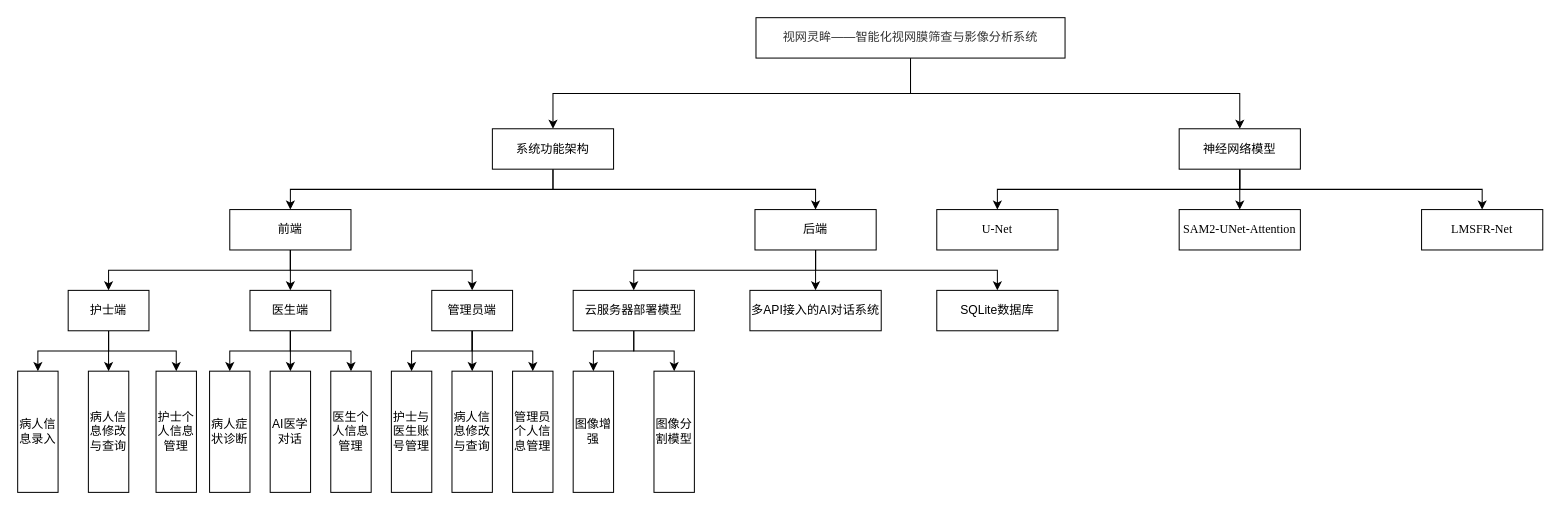
The draw.io diagram 未命名绘图.drawio in 2039551625/deep_learning, before the edit. Source tidied: cells renumbered, new cells numbered last; positions are measured from the earlier drawing's top-left corner, leaving out a move shared by most shapes. Both pictures are drawn from the tidied source at 101%, with x=0, y=0 at pixel (17, 17).
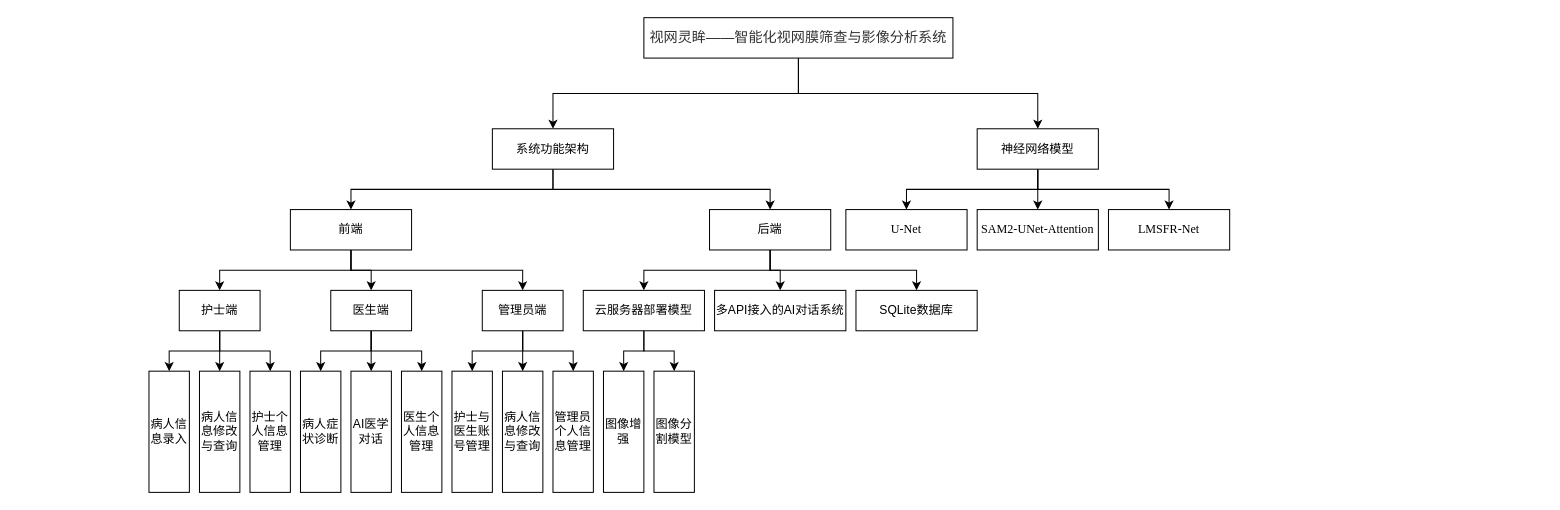
The same page after the edit.

Commit message:
更新未命名绘图.drawio

Change to the diagram source:
```diff
@@
-    <mxCell id="4" value="&lt;p class=&quot;MsoNormal&quot;&gt;&lt;span style=&quot;font-family: 宋体; color: rgb(51, 51, 51);&quot;&gt;&lt;font&gt;&lt;font style=&quot;&quot; face=&quot;宋体&quot;&gt;视网灵眸&lt;/font&gt;&lt;font style=&quot;&quot; face=&quot;宋体&quot;&gt;——智能化视网膜筛查与影像分析系统&lt;/font&gt;&lt;/font&gt;&lt;/span&gt;&lt;/p&gt;" style="rounded=0;whiteSpace=wrap;html=1;labelBackgroundColor=none;" parent="1" vertex="1">
-      <mxGeometry x="731" width="306" height="40" as="geometry" />
+    <mxCell id="4" value="&lt;p class=&quot;MsoNormal&quot;&gt;&lt;span style=&quot;font-family: 宋体; color: rgb(51, 51, 51);&quot;&gt;&lt;font style=&quot;font-size: 14px;&quot;&gt;&lt;font style=&quot;&quot; face=&quot;宋体&quot;&gt;视网灵眸&lt;/font&gt;&lt;font style=&quot;&quot; face=&quot;宋体&quot;&gt;——智能化视网膜筛查与影像分析系统&lt;/font&gt;&lt;/font&gt;&lt;/span&gt;&lt;/p&gt;" style="rounded=0;whiteSpace=wrap;html=1;labelBackgroundColor=none;" parent="1" vertex="1">
+      <mxGeometry x="620" width="306" height="40" as="geometry" />
     </mxCell>
@@
     <mxCell id="11" value="神经网络模型" style="rounded=0;whiteSpace=wrap;html=1;labelBackgroundColor=none;" parent="1" vertex="1">
-      <mxGeometry x="1150" y="110" width="120" height="40" as="geometry" />
+      <mxGeometry x="950" y="110" width="120" height="40" as="geometry" />
     </mxCell>
     <mxCell id="12" value="U-Net" style="rounded=0;whiteSpace=wrap;html=1;fontFamily=Times New Roman;labelBackgroundColor=none;" parent="1" vertex="1">
-      <mxGeometry x="910" y="190" width="120" height="40" as="geometry" />
+      <mxGeometry x="820" y="190" width="120" height="40" as="geometry" />
     </mxCell>
     <mxCell id="13" value="&lt;p class=&quot;MsoNormal&quot;&gt;&lt;span style=&quot;mso-spacerun:'yes';font-family:宋体;mso-ascii-font-family:'Times New Roman';&lt;br/&gt;mso-hansi-font-family:'Times New Roman';mso-bidi-font-family:'Times New Roman';&quot; class=&quot;10&quot;&gt;&lt;font face=&quot;Times New Roman&quot;&gt;SAM2-UNet-Attention&lt;/font&gt;&lt;/span&gt;&lt;/p&gt;" style="rounded=0;whiteSpace=wrap;html=1;fontFamily=Times New Roman;labelBackgroundColor=none;" parent="1" vertex="1">
-      <mxGeometry x="1150" y="190" width="120" height="40" as="geometry" />
+      <mxGeometry x="950" y="190" width="120" height="40" as="geometry" />
     </mxCell>
     <mxCell id="14" value="&lt;p class=&quot;MsoNormal&quot;&gt;&lt;font&gt;LM&lt;font style=&quot;&quot;&gt;S&lt;/font&gt;FR-Net&lt;/font&gt;&lt;/p&gt;" style="rounded=0;whiteSpace=wrap;html=1;fontFamily=Times New Roman;labelBackgroundColor=none;" parent="1" vertex="1">
-      <mxGeometry x="1390" y="190" width="120" height="40" as="geometry" />
+      <mxGeometry x="1080" y="190" width="120" height="40" as="geometry" />
     </mxCell>
@@
     <mxCell id="18" value="前端" style="rounded=0;whiteSpace=wrap;html=1;fontFamily=Times New Roman;labelBackgroundColor=none;" parent="1" vertex="1">
-      <mxGeometry x="210" y="190" width="120" height="40" as="geometry" />
+      <mxGeometry x="270" y="190" width="120" height="40" as="geometry" />
     </mxCell>
@@
     <mxCell id="22" value="后端" style="rounded=0;whiteSpace=wrap;html=1;fontFamily=Times New Roman;labelBackgroundColor=none;" parent="1" vertex="1">
-      <mxGeometry x="730" y="190" width="120" height="40" as="geometry" />
+      <mxGeometry x="685" y="190" width="120" height="40" as="geometry" />
     </mxCell>
@@
     <mxCell id="26" value="护士端" style="rounded=0;whiteSpace=wrap;html=1;labelBackgroundColor=none;" parent="1" vertex="1">
-      <mxGeometry x="50" y="270" width="80" height="40" as="geometry" />
+      <mxGeometry x="160" y="270" width="80" height="40" as="geometry" />
     </mxCell>
@@
     <mxCell id="30" value="医生端" style="rounded=0;whiteSpace=wrap;html=1;labelBackgroundColor=none;" parent="1" vertex="1">
-      <mxGeometry x="230" y="270" width="80" height="40" as="geometry" />
+      <mxGeometry x="310" y="270" width="80" height="40" as="geometry" />
     </mxCell>
@@
     <mxCell id="34" value="管理员端" style="rounded=0;whiteSpace=wrap;html=1;labelBackgroundColor=none;" parent="1" vertex="1">
-      <mxGeometry x="410" y="270" width="80" height="40" as="geometry" />
+      <mxGeometry x="460" y="270" width="80" height="40" as="geometry" />
     </mxCell>
@@
     <mxCell id="37" value="云服务器部署模型" style="rounded=0;whiteSpace=wrap;html=1;labelBackgroundColor=none;" parent="1" vertex="1">
-      <mxGeometry x="550" y="270" width="120" height="40" as="geometry" />
+      <mxGeometry x="560" y="270" width="120" height="40" as="geometry" />
     </mxCell>
     <mxCell id="38" value="多API接入的AI对话系统" style="rounded=0;whiteSpace=wrap;html=1;labelBackgroundColor=none;" parent="1" vertex="1">
-      <mxGeometry x="725" y="270" width="130" height="40" as="geometry" />
+      <mxGeometry x="690" y="270" width="130" height="40" as="geometry" />
     </mxCell>
     <mxCell id="39" value="SQLite数据库" style="rounded=0;whiteSpace=wrap;html=1;labelBackgroundColor=none;" parent="1" vertex="1">
-      <mxGeometry x="910" y="270" width="120" height="40" as="geometry" />
+      <mxGeometry x="830" y="270" width="120" height="40" as="geometry" />
     </mxCell>
     <mxCell id="40" value="病人信息录入" style="rounded=0;whiteSpace=wrap;html=1;labelBackgroundColor=none;" parent="1" vertex="1">
-      <mxGeometry y="350" width="40" height="120" as="geometry" />
+      <mxGeometry x="130" y="350" width="40" height="120" as="geometry" />
     </mxCell>
     <mxCell id="41" value="病人信息修改与查询" style="rounded=0;whiteSpace=wrap;html=1;labelBackgroundColor=none;" parent="1" vertex="1">
-      <mxGeometry x="70" y="350" width="40" height="120" as="geometry" />
+      <mxGeometry x="180" y="350" width="40" height="120" as="geometry" />
     </mxCell>
     <mxCell id="42" value="病人症状诊断" style="rounded=0;whiteSpace=wrap;html=1;labelBackgroundColor=none;" parent="1" vertex="1">
-      <mxGeometry x="190" y="350" width="40" height="120" as="geometry" />
+      <mxGeometry x="280" y="350" width="40" height="120" as="geometry" />
     </mxCell>
     <mxCell id="43" value="AI医学对话" style="rounded=0;whiteSpace=wrap;html=1;labelBackgroundColor=none;" parent="1" vertex="1">
-      <mxGeometry x="250" y="350" width="40" height="120" as="geometry" />
+      <mxGeometry x="330" y="350" width="40" height="120" as="geometry" />
     </mxCell>
     <mxCell id="44" value="护士与医生账号管理" style="rounded=0;whiteSpace=wrap;html=1;labelBackgroundColor=none;" parent="1" vertex="1">
-      <mxGeometry x="370" y="350" width="40" height="120" as="geometry" />
+      <mxGeometry x="430" y="350" width="40" height="120" as="geometry" />
     </mxCell>
     <mxCell id="45" value="病人信息修改与查询" style="rounded=0;whiteSpace=wrap;html=1;labelBackgroundColor=none;" parent="1" vertex="1">
-      <mxGeometry x="430" y="350" width="40" height="120" as="geometry" />
+      <mxGeometry x="480" y="350" width="40" height="120" as="geometry" />
     </mxCell>
     <mxCell id="46" value="护士个人信息管理" style="rounded=0;whiteSpace=wrap;html=1;labelBackgroundColor=none;" parent="1" vertex="1">
-      <mxGeometry x="137" y="350" width="40" height="120" as="geometry" />
+      <mxGeometry x="230" y="350" width="40" height="120" as="geometry" />
     </mxCell>
     <mxCell id="47" value="医生个人信息管理" style="rounded=0;whiteSpace=wrap;html=1;labelBackgroundColor=none;" parent="1" vertex="1">
-      <mxGeometry x="310" y="350" width="40" height="120" as="geometry" />
+      <mxGeometry x="380" y="350" width="40" height="120" as="geometry" />
     </mxCell>
     <mxCell id="48" value="管理员个人信息管理" style="rounded=0;whiteSpace=wrap;html=1;labelBackgroundColor=none;" parent="1" vertex="1">
-      <mxGeometry x="490" y="350" width="40" height="120" as="geometry" />
+      <mxGeometry x="530" y="350" width="40" height="120" as="geometry" />
     </mxCell>
     <mxCell id="49" value="图像增强" style="rounded=0;whiteSpace=wrap;html=1;labelBackgroundColor=none;" parent="1" vertex="1">
-      <mxGeometry x="550" y="350" width="40" height="120" as="geometry" />
+      <mxGeometry x="580" y="350" width="40" height="120" as="geometry" />
     </mxCell>
```
